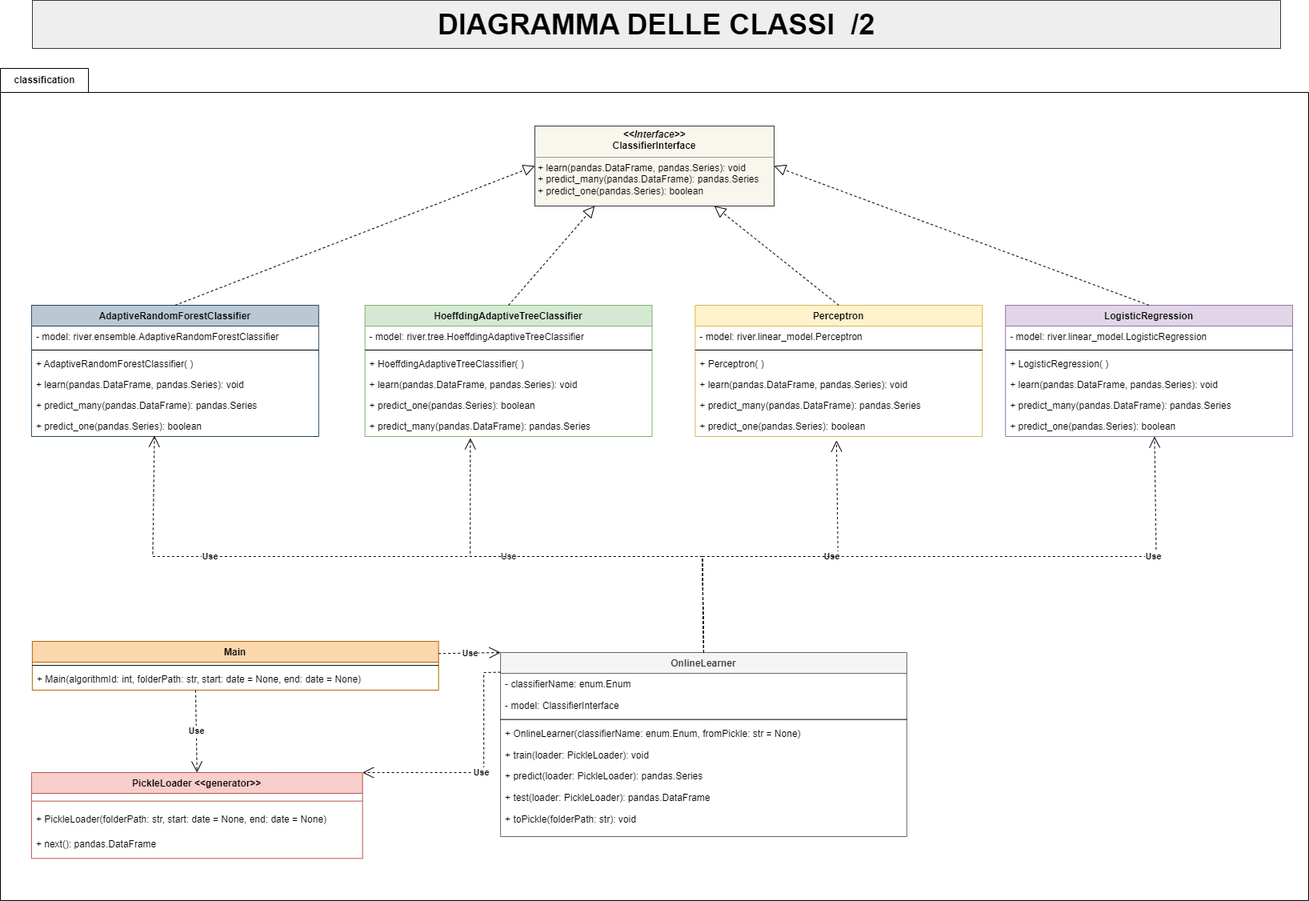
The draw.io diagram resources/Diagrams/classification Class Diagram.png in fralaw/rfm_stream_builder, before a commit. Source tidied: cells renumbered, new cells last; positions are measured from the earlier drawing's top-left corner, leaving out a move shared by most shapes.
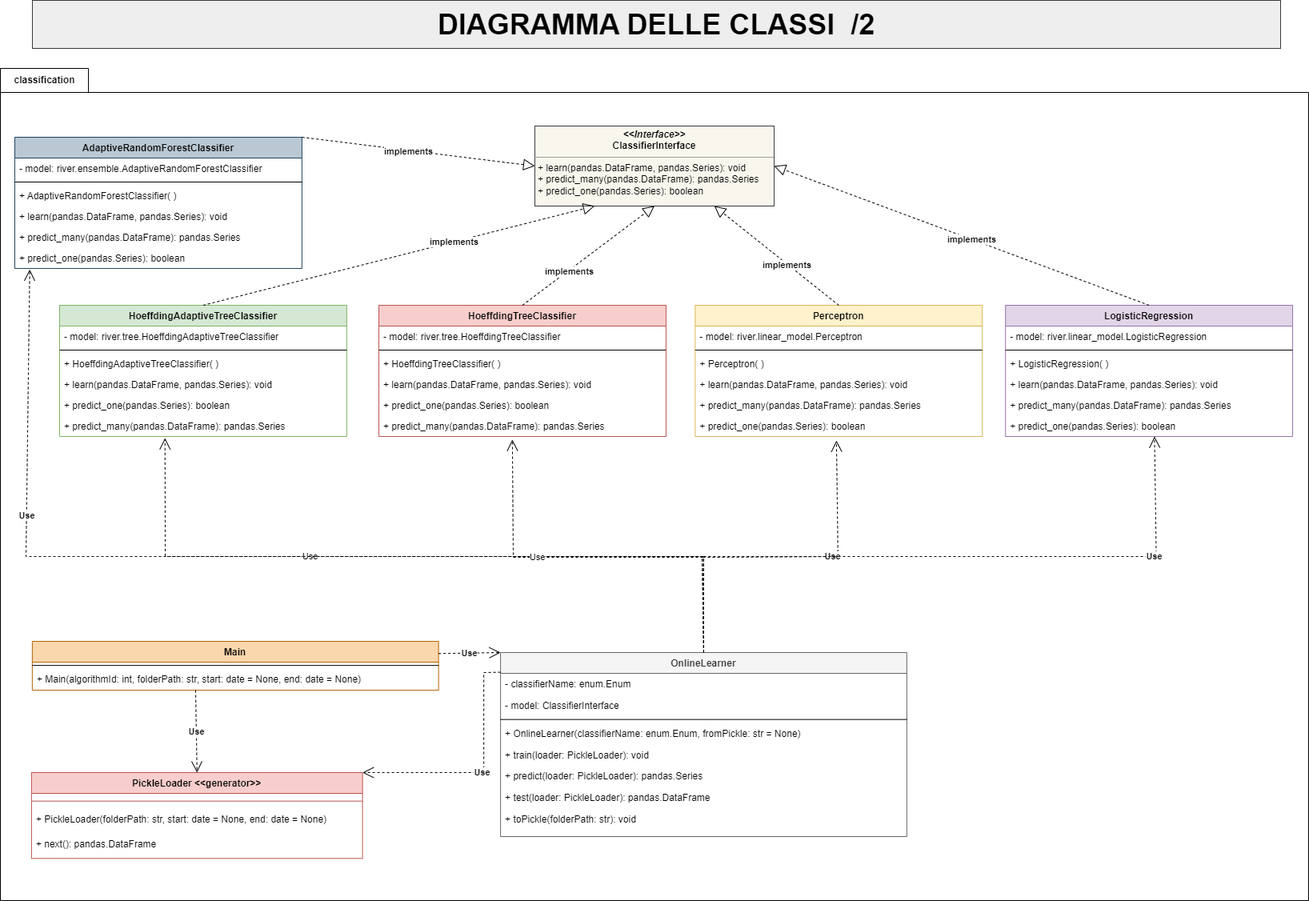
The same diagram one commit later.

Diff of the diagram source:
```diff
@@ -73,7 +73,7 @@
       <mxGeometry y="76.5" width="413.7" height="30.9" as="geometry" />
     </mxCell>
     <mxCell id="23" value="HoeffdingAdaptiveTreeClassifier" style="swimlane;fontStyle=1;align=center;verticalAlign=top;horizontal=1;startSize=26;rounded=0;shadow=0;strokeWidth=1;fillColor=#d5e8d4;strokeColor=#82b366;" parent="2" vertex="1">
-      <mxGeometry x="455.6" y="296" width="358.9" height="164" as="geometry" />
+      <mxGeometry x="74" y="296" width="358.9" height="164" as="geometry" />
     </mxCell>
     <mxCell id="24" value="- model: river.tree.HoeffdingAdaptiveTreeClassifier" style="text;align=left;verticalAlign=top;spacingLeft=4;spacingRight=4;overflow=hidden;" parent="23" vertex="1">
       <mxGeometry y="26" width="358.9" height="26" as="geometry" />
@@ -118,14 +118,14 @@
       <mxGeometry x="0.3" relative="1" as="geometry">
         <Array as="points">
           <mxPoint x="877.3" y="610" />
-          <mxPoint x="587.2" y="610" />
+          <mxPoint x="206" y="610" />
         </Array>
       </mxGeometry>
     </mxCell>
     <mxCell id="38" value="&lt;b&gt;Use&lt;/b&gt;" style="endArrow=open;endSize=12;dashed=1;html=1;rounded=0;entryX=0.492;entryY=1.192;entryDx=0;entryDy=0;entryPerimeter=0;exitX=0.5;exitY=0;exitDx=0;exitDy=0;" parent="2" edge="1" source="4" target="36">
       <mxGeometry x="0.3" relative="1" as="geometry">
         <Array as="points">
-          <mxPoint x="877.3" y="610" />
+          <mxPoint x="877" y="611" />
           <mxPoint x="1046.8" y="610" />
         </Array>
       </mxGeometry>
@@ -154,13 +154,13 @@
     <mxCell id="46" value="&lt;b&gt;Use&lt;/b&gt;" style="endArrow=open;endSize=12;dashed=1;html=1;rounded=0;entryX=0.519;entryY=1;entryDx=0;entryDy=0;entryPerimeter=0;exitX=0.5;exitY=0;exitDx=0;exitDy=0;" parent="2" edge="1" source="4" target="45">
       <mxGeometry x="0.63" relative="1" as="geometry">
         <Array as="points">
-          <mxPoint x="877.3" y="610" />
+          <mxPoint x="879" y="610" />
           <mxPoint x="1444.6" y="610" />
         </Array>
       </mxGeometry>
     </mxCell>
     <mxCell id="47" value="AdaptiveRandomForestClassifier" style="swimlane;fontStyle=1;align=center;verticalAlign=top;horizontal=1;startSize=26;rounded=0;shadow=0;strokeWidth=1;fillColor=#bac8d3;strokeColor=#23445d;" parent="2" vertex="1">
-      <mxGeometry x="38.9" y="296" width="358.9" height="164" as="geometry" />
+      <mxGeometry x="18" y="86" width="358.9" height="164" as="geometry" />
     </mxCell>
     <mxCell id="48" value="- model: river.ensemble.AdaptiveRandomForestClassifier" style="text;align=left;verticalAlign=top;spacingLeft=4;spacingRight=4;overflow=hidden;" parent="47" vertex="1">
       <mxGeometry y="26" width="358.9" height="26" as="geometry" />
@@ -180,29 +180,82 @@
     <mxCell id="53" value="+ predict_one(pandas.Series): boolean" style="text;align=left;verticalAlign=top;spacingLeft=4;spacingRight=4;overflow=hidden;points=[[0,0.5],[1,0.5]];portConstraint=eastwest;fontStyle=0;" parent="47" vertex="1">
       <mxGeometry y="138" width="358.9" height="26" as="geometry" />
     </mxCell>
-    <mxCell id="54" value="&lt;b&gt;Use&lt;/b&gt;" style="endArrow=open;endSize=12;dashed=1;html=1;rounded=0;entryX=0.428;entryY=0.962;entryDx=0;entryDy=0;entryPerimeter=0;exitX=0.5;exitY=0;exitDx=0;exitDy=0;" parent="2" edge="1" source="4" target="53">
+    <mxCell id="54" value="&lt;b&gt;Use&lt;/b&gt;" style="endArrow=open;endSize=12;dashed=1;html=1;rounded=0;entryX=0.052;entryY=1.049;entryDx=0;entryDy=0;entryPerimeter=0;exitX=0.5;exitY=0;exitDx=0;exitDy=0;" parent="2" edge="1" source="4" target="53">
       <mxGeometry x="0.54" relative="1" as="geometry">
         <Array as="points">
-          <mxPoint x="877.3" y="610" />
-          <mxPoint x="190.4" y="610" />
+          <mxPoint x="879" y="610" />
+          <mxPoint x="32" y="610" />
         </Array>
       </mxGeometry>
     </mxCell>
     <mxCell id="55" value="&lt;p style=&quot;margin:0px;margin-top:4px;text-align:center;&quot;&gt;&lt;b&gt;&lt;i&gt;&amp;lt;&amp;lt;Interface&amp;gt;&amp;gt;&lt;/i&gt;&lt;br&gt;ClassifierInterface&lt;/b&gt;&lt;/p&gt;&lt;hr size=&quot;1&quot;&gt;&lt;p style=&quot;margin:0px;margin-left:4px;&quot;&gt;+ learn(pandas.DataFrame, pandas.Series): void&lt;br&gt;+ predict_many(pandas.DataFrame): pandas.Series&lt;/p&gt;&lt;p style=&quot;margin:0px;margin-left:4px;&quot;&gt;+ predict_one(pandas.Series): boolean&lt;/p&gt;" style="verticalAlign=top;align=left;overflow=fill;fontSize=12;fontFamily=Helvetica;html=1;fillColor=#f9f7ed;strokeColor=#36393d;" parent="2" vertex="1">
       <mxGeometry x="668" y="72" width="299.1" height="100" as="geometry" />
     </mxCell>
-    <mxCell id="56" style="endArrow=block;dashed=1;endFill=0;endSize=12;html=1;rounded=0;exitX=0.5;exitY=0;exitDx=0;exitDy=0;entryX=0;entryY=0.5;entryDx=0;entryDy=0;" parent="2" edge="1" source="47" target="55">
+    <mxCell id="56" style="endArrow=block;dashed=1;endFill=0;endSize=12;html=1;rounded=0;exitX=1;exitY=0;exitDx=0;exitDy=0;entryX=0;entryY=0.5;entryDx=0;entryDy=0;" parent="2" edge="1" source="47" target="55">
       <mxGeometry relative="1" as="geometry" />
     </mxCell>
+    <mxCell id="61" value="&lt;b&gt;implements&lt;/b&gt;" style="edgeLabel;html=1;align=center;verticalAlign=middle;" parent="56" vertex="1">
+      <mxGeometry x="-0.09" y="-1" relative="1" as="geometry" />
+    </mxCell>
     <mxCell id="57" style="endArrow=block;dashed=1;endFill=0;endSize=12;html=1;rounded=0;entryX=0.25;entryY=1;entryDx=0;entryDy=0;exitX=0.5;exitY=0;exitDx=0;exitDy=0;" parent="2" edge="1" source="23" target="55">
       <mxGeometry relative="1" as="geometry" />
     </mxCell>
+    <mxCell id="62" value="&lt;b&gt;implements&lt;/b&gt;" style="edgeLabel;html=1;align=center;verticalAlign=middle;" parent="57" vertex="1">
+      <mxGeometry x="0.27" y="1" relative="1" as="geometry">
+        <mxPoint x="1" as="offset" />
+      </mxGeometry>
+    </mxCell>
     <mxCell id="58" style="endArrow=block;dashed=1;endFill=0;endSize=12;html=1;rounded=0;exitX=0.5;exitY=0;exitDx=0;exitDy=0;entryX=0.75;entryY=1;entryDx=0;entryDy=0;" parent="2" edge="1" source="30" target="55">
       <mxGeometry relative="1" as="geometry" />
     </mxCell>
+    <mxCell id="63" value="&lt;b&gt;implements&lt;/b&gt;" style="edgeLabel;html=1;align=center;verticalAlign=middle;" parent="58" vertex="1">
+      <mxGeometry x="-0.17" relative="1" as="geometry">
+        <mxPoint y="1" as="offset" />
+      </mxGeometry>
+    </mxCell>
     <mxCell id="59" style="endArrow=block;dashed=1;endFill=0;endSize=12;html=1;rounded=0;exitX=0.5;exitY=0;exitDx=0;exitDy=0;entryX=1;entryY=0.5;entryDx=0;entryDy=0;" parent="2" edge="1" source="39" target="55">
       <mxGeometry relative="1" as="geometry" />
     </mxCell>
+    <mxCell id="64" value="&lt;b&gt;implements&lt;/b&gt;" style="edgeLabel;html=1;align=center;verticalAlign=middle;" parent="59" vertex="1">
+      <mxGeometry x="-0.06" relative="1" as="geometry">
+        <mxPoint x="-1" as="offset" />
+      </mxGeometry>
+    </mxCell>
+    <mxCell id="65" value="HoeffdingTreeClassifier" style="swimlane;fontStyle=1;align=center;verticalAlign=top;horizontal=1;startSize=26;rounded=0;shadow=0;strokeWidth=1;fillColor=#f8cecc;strokeColor=#b85450;" parent="2" vertex="1">
+      <mxGeometry x="473" y="296" width="358.9" height="164" as="geometry" />
+    </mxCell>
+    <mxCell id="66" value="- model: river.tree.HoeffdingTreeClassifier" style="text;align=left;verticalAlign=top;spacingLeft=4;spacingRight=4;overflow=hidden;" parent="65" vertex="1">
+      <mxGeometry y="26" width="358.9" height="26" as="geometry" />
+    </mxCell>
+    <mxCell id="67" style="line;html=1;strokeWidth=1;align=left;verticalAlign=middle;spacingTop=-1;spacingLeft=3;spacingRight=3;labelPosition=right;" parent="65" vertex="1">
+      <mxGeometry y="52" width="358.9" height="8" as="geometry" />
+    </mxCell>
+    <mxCell id="68" value="+ HoeffdingTreeClassifier( )" style="text;align=left;verticalAlign=top;spacingLeft=4;spacingRight=4;overflow=hidden;" parent="65" vertex="1">
+      <mxGeometry y="60" width="358.9" height="26" as="geometry" />
+    </mxCell>
+    <mxCell id="69" value="+ learn(pandas.DataFrame, pandas.Series): void" style="text;align=left;verticalAlign=top;spacingLeft=4;spacingRight=4;overflow=hidden;fontStyle=0;" parent="65" vertex="1">
+      <mxGeometry y="86" width="358.9" height="26" as="geometry" />
+    </mxCell>
+    <mxCell id="70" value="+ predict_one(pandas.Series): boolean" style="text;align=left;verticalAlign=top;spacingLeft=4;spacingRight=4;overflow=hidden;fontStyle=0;" parent="65" vertex="1">
+      <mxGeometry y="112" width="358.9" height="26" as="geometry" />
+    </mxCell>
+    <mxCell id="71" value="+ predict_many(pandas.DataFrame): pandas.Series" style="text;align=left;verticalAlign=top;spacingLeft=4;spacingRight=4;overflow=hidden;points=[[0,0.5],[1,0.5]];portConstraint=eastwest;fontStyle=0;" parent="65" vertex="1">
+      <mxGeometry y="138" width="358.9" height="26" as="geometry" />
+    </mxCell>
+    <mxCell id="72" value="Use" style="endArrow=open;endSize=12;dashed=1;html=1;rounded=0;entryX=0.465;entryY=1.148;entryDx=0;entryDy=0;entryPerimeter=0;exitX=0.5;exitY=0;exitDx=0;exitDy=0;" parent="2" edge="1" source="4" target="71">
+      <mxGeometry x="0.3" relative="1" as="geometry">
+        <Array as="points">
+          <mxPoint x="879" y="611" />
+          <mxPoint x="641" y="611" />
+        </Array>
+      </mxGeometry>
+    </mxCell>
+    <mxCell id="73" style="endArrow=block;dashed=1;endFill=0;endSize=12;html=1;rounded=0;exitX=0.5;exitY=0;exitDx=0;exitDy=0;entryX=0.5;entryY=1;entryDx=0;entryDy=0;" parent="2" edge="1" source="65" target="55">
+      <mxGeometry relative="1" as="geometry" />
+    </mxCell>
+    <mxCell id="74" value="&lt;b&gt;implements&lt;/b&gt;" style="edgeLabel;html=1;align=center;verticalAlign=middle;" parent="73" vertex="1">
+      <mxGeometry x="-0.3" relative="1" as="geometry" />
+    </mxCell>
     <mxCell id="60" value="&lt;span style=&quot;font-size: 36px;&quot;&gt;&lt;b&gt;DIAGRAMMA DELLE CLASSI&amp;nbsp; /2&lt;/b&gt;&lt;/span&gt;" style="rounded=0;whiteSpace=wrap;html=1;fillColor=#eeeeee;strokeColor=#36393d;" parent="1" vertex="1">
       <mxGeometry x="40" width="1560" height="60" as="geometry" />
     </mxCell>
```
